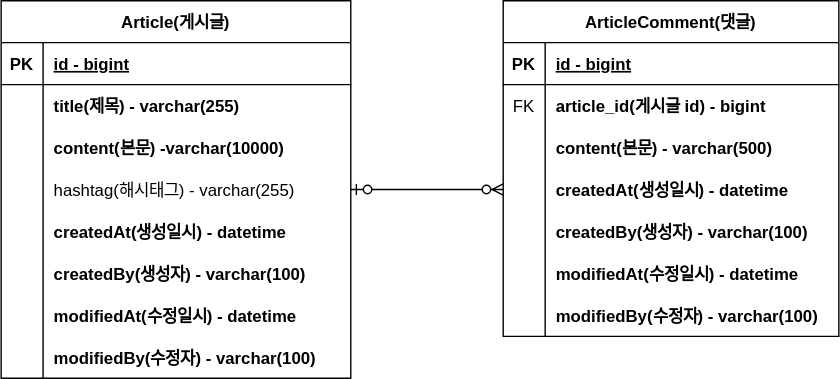
astrataraxia/fastcampus-project-board keeps this draw.io diagram as document/project-board-erd.svg. Above is the earlier version. Source tidied: cells renumbered, new cells last; positions are measured from the earlier drawing's top-left corner, leaving out a move shared by most shapes.
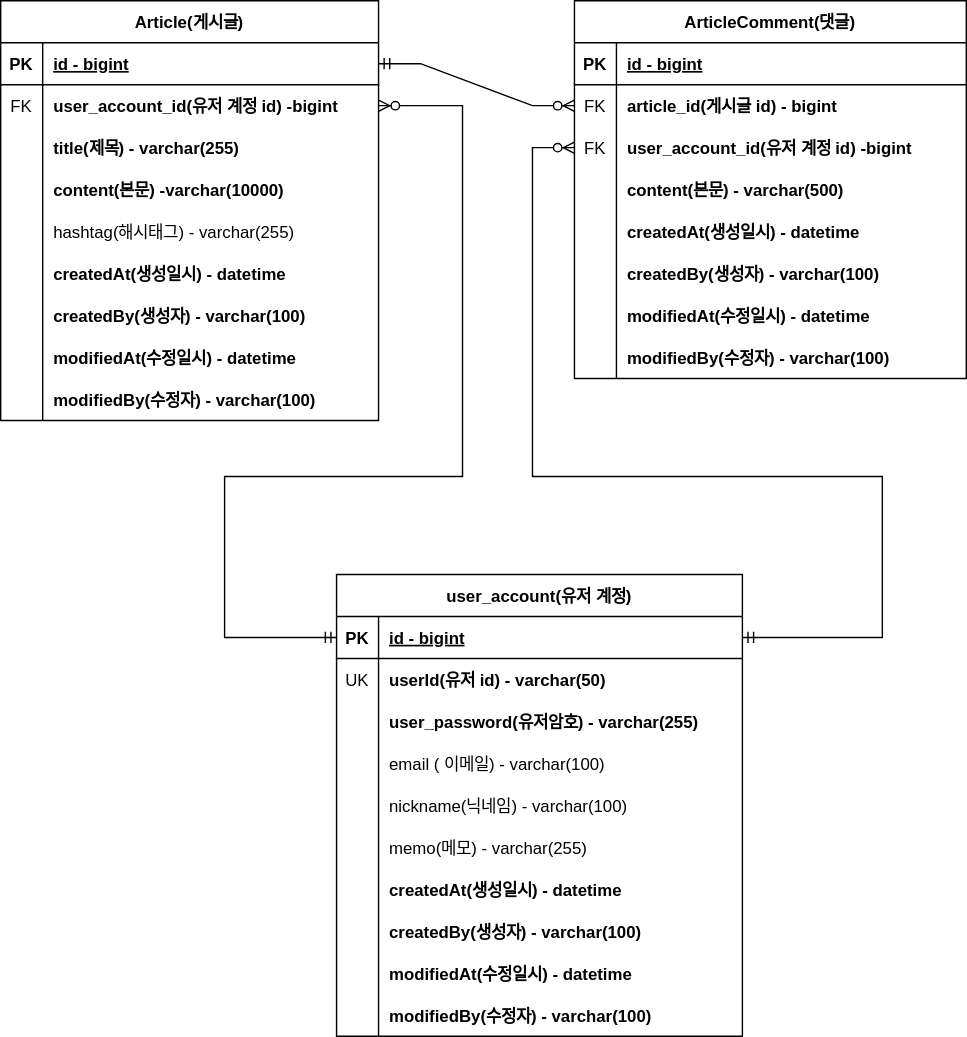
After the commit.

Commit message:
#17 user_account ERD 추가

The edit, as a diff of the source:
```diff
@@ -5,6 +5,6 @@
     <mxCell id="2" value="Article(게시글)" style="shape=table;startSize=30;rowLines=0;fontStyle=1;align=center;" parent="1" vertex="1">
-      <mxGeometry width="250" height="270" as="geometry" />
+      <mxGeometry x="-51" width="270" height="300" as="geometry" />
     </mxCell>
     <mxCell id="3" style="shape=partialRectangle;fillColor=none;points=[[0,0.5],[1,0.5]];portConstraint=eastwest;top=0;left=0;right=0;bottom=1;" parent="2" vertex="1">
-      <mxGeometry y="30" width="250" height="30" as="geometry" />
+      <mxGeometry y="30" width="270" height="30" as="geometry" />
     </mxCell>
@@ -14,15 +14,24 @@
     <mxCell id="5" value="id - bigint" style="shape=partialRectangle;overflow=hidden;fillColor=none;top=0;left=0;bottom=0;right=0;align=left;spacingLeft=6;fontStyle=5;" parent="3" vertex="1">
-      <mxGeometry x="30" width="220" height="30" as="geometry" />
+      <mxGeometry x="30" width="240" height="30" as="geometry" />
     </mxCell>
     <mxCell id="6" style="shape=partialRectangle;fillColor=none;points=[[0,0.5],[1,0.5]];portConstraint=eastwest;top=0;left=0;right=0;bottom=0;" parent="2" vertex="1">
-      <mxGeometry y="60" width="250" height="30" as="geometry" />
+      <mxGeometry y="60" width="270" height="30" as="geometry" />
     </mxCell>
-    <mxCell id="7" style="shape=partialRectangle;overflow=hidden;fillColor=none;top=0;left=0;bottom=0;right=0;" parent="6" vertex="1">
+    <mxCell id="7" value="FK" style="shape=partialRectangle;overflow=hidden;fillColor=none;top=0;left=0;bottom=0;right=0;" parent="6" vertex="1">
       <mxGeometry width="30" height="30" as="geometry" />
     </mxCell>
-    <mxCell id="8" value="title(제목) - varchar(255)" style="shape=partialRectangle;overflow=hidden;fillColor=none;top=0;left=0;bottom=0;right=0;align=left;spacingLeft=6;fontStyle=1;" parent="6" vertex="1">
-      <mxGeometry x="30" width="220" height="30" as="geometry" />
+    <mxCell id="8" value="user_account_id(유저 계정 id) -bigint" style="shape=partialRectangle;overflow=hidden;fillColor=none;top=0;left=0;bottom=0;right=0;align=left;spacingLeft=6;fontStyle=1;" parent="6" vertex="1">
+      <mxGeometry x="30" width="240" height="30" as="geometry" />
     </mxCell>
+    <mxCell id="50" style="shape=partialRectangle;fillColor=none;top=0;left=0;right=0;bottom=0;" parent="2" vertex="1">
+      <mxGeometry y="90" width="270" height="30" as="geometry" />
+    </mxCell>
+    <mxCell id="51" style="shape=partialRectangle;overflow=hidden;fillColor=none;top=0;left=0;bottom=0;right=0;" parent="50" vertex="1">
+      <mxGeometry width="30" height="30" as="geometry" />
+    </mxCell>
+    <mxCell id="52" value="title(제목) - varchar(255)" style="shape=partialRectangle;overflow=hidden;fillColor=none;top=0;left=0;bottom=0;right=0;align=left;spacingLeft=6;fontStyle=1;" parent="50" vertex="1">
+      <mxGeometry x="30" width="240" height="30" as="geometry" />
+    </mxCell>
     <mxCell id="9" style="shape=partialRectangle;fillColor=none;top=0;left=0;right=0;bottom=0;" parent="2" vertex="1">
-      <mxGeometry y="90" width="250" height="30" as="geometry" />
+      <mxGeometry y="120" width="270" height="30" as="geometry" />
     </mxCell>
@@ -32,6 +41,6 @@
     <mxCell id="11" value="content(본문) -varchar(10000)" style="shape=partialRectangle;overflow=hidden;fillColor=none;top=0;left=0;bottom=0;right=0;align=left;spacingLeft=6;fontStyle=1;" parent="9" vertex="1">
-      <mxGeometry x="30" width="220" height="30" as="geometry" />
+      <mxGeometry x="30" width="240" height="30" as="geometry" />
     </mxCell>
     <mxCell id="12" style="shape=partialRectangle;fillColor=none;points=[[0,0.5],[1,0.5]];portConstraint=eastwest;top=0;left=0;right=0;bottom=0;" parent="2" vertex="1">
-      <mxGeometry y="120" width="250" height="30" as="geometry" />
+      <mxGeometry y="150" width="270" height="30" as="geometry" />
     </mxCell>
@@ -41,6 +50,6 @@
     <mxCell id="14" value="hashtag(해시태그) - varchar(255)" style="shape=partialRectangle;overflow=hidden;fillColor=none;top=0;left=0;bottom=0;right=0;align=left;spacingLeft=6;" parent="12" vertex="1">
-      <mxGeometry x="30" width="220" height="30" as="geometry" />
+      <mxGeometry x="30" width="240" height="30" as="geometry" />
     </mxCell>
     <mxCell id="15" style="shape=partialRectangle;fillColor=none;top=0;left=0;right=0;bottom=0;" parent="2" vertex="1">
-      <mxGeometry y="150" width="250" height="30" as="geometry" />
+      <mxGeometry y="180" width="270" height="30" as="geometry" />
     </mxCell>
@@ -50,6 +59,6 @@
     <mxCell id="17" value="createdAt(생성일시) - datetime" style="shape=partialRectangle;overflow=hidden;fillColor=none;top=0;left=0;bottom=0;right=0;align=left;spacingLeft=6;fontStyle=1;" parent="15" vertex="1">
-      <mxGeometry x="30" width="220" height="30" as="geometry" />
+      <mxGeometry x="30" width="240" height="30" as="geometry" />
     </mxCell>
     <mxCell id="18" style="shape=partialRectangle;fillColor=none;top=0;left=0;right=0;bottom=0;" parent="2" vertex="1">
-      <mxGeometry y="180" width="250" height="30" as="geometry" />
+      <mxGeometry y="210" width="270" height="30" as="geometry" />
     </mxCell>
@@ -59,6 +68,6 @@
     <mxCell id="20" value="createdBy(생성자) - varchar(100)" style="shape=partialRectangle;overflow=hidden;fillColor=none;top=0;left=0;bottom=0;right=0;align=left;spacingLeft=6;fontStyle=1;" parent="18" vertex="1">
-      <mxGeometry x="30" width="220" height="30" as="geometry" />
+      <mxGeometry x="30" width="240" height="30" as="geometry" />
     </mxCell>
     <mxCell id="21" style="shape=partialRectangle;fillColor=none;top=0;left=0;right=0;bottom=0;" parent="2" vertex="1">
-      <mxGeometry y="210" width="250" height="30" as="geometry" />
+      <mxGeometry y="240" width="270" height="30" as="geometry" />
     </mxCell>
@@ -68,6 +77,6 @@
     <mxCell id="23" value="modifiedAt(수정일시) - datetime" style="shape=partialRectangle;overflow=hidden;fillColor=none;top=0;left=0;bottom=0;right=0;align=left;spacingLeft=6;fontStyle=1;" parent="21" vertex="1">
-      <mxGeometry x="30" width="220" height="30" as="geometry" />
+      <mxGeometry x="30" width="240" height="30" as="geometry" />
     </mxCell>
     <mxCell id="24" style="shape=partialRectangle;fillColor=none;top=0;left=0;right=0;bottom=0;" parent="2" vertex="1">
-      <mxGeometry y="240" width="250" height="30" as="geometry" />
+      <mxGeometry y="270" width="270" height="30" as="geometry" />
     </mxCell>
@@ -77,9 +86,9 @@
     <mxCell id="26" value="modifiedBy(수정자) - varchar(100)" style="shape=partialRectangle;overflow=hidden;fillColor=none;top=0;left=0;bottom=0;right=0;align=left;spacingLeft=6;fontStyle=1;" parent="24" vertex="1">
-      <mxGeometry x="30" width="220" height="30" as="geometry" />
+      <mxGeometry x="30" width="240" height="30" as="geometry" />
     </mxCell>
     <mxCell id="27" value="ArticleComment(댓글)" style="shape=table;startSize=30;rowLines=0;fontStyle=1;align=center;" parent="1" vertex="1">
-      <mxGeometry x="359" width="240" height="240" as="geometry" />
+      <mxGeometry x="359" width="280" height="270" as="geometry" />
     </mxCell>
     <mxCell id="28" style="shape=partialRectangle;fillColor=none;top=0;left=0;right=0;bottom=1;" parent="27" vertex="1">
-      <mxGeometry y="30" width="240" height="30" as="geometry" />
+      <mxGeometry y="30" width="280" height="30" as="geometry" />
     </mxCell>
@@ -89,6 +98,6 @@
     <mxCell id="30" value="id - bigint" style="shape=partialRectangle;overflow=hidden;fillColor=none;top=0;left=0;bottom=0;right=0;align=left;spacingLeft=6;fontStyle=5;" parent="28" vertex="1">
-      <mxGeometry x="30" width="210" height="30" as="geometry" />
+      <mxGeometry x="30" width="250" height="30" as="geometry" />
     </mxCell>
     <mxCell id="31" style="shape=partialRectangle;fillColor=none;points=[[0,0.5],[1,0.5]];portConstraint=eastwest;top=0;left=0;right=0;bottom=0;" parent="27" vertex="1">
-      <mxGeometry y="60" width="240" height="30" as="geometry" />
+      <mxGeometry y="60" width="280" height="30" as="geometry" />
     </mxCell>
@@ -98,6 +107,15 @@
     <mxCell id="33" value="article_id(게시글 id) - bigint" style="shape=partialRectangle;overflow=hidden;fillColor=none;top=0;left=0;bottom=0;right=0;align=left;spacingLeft=6;fontStyle=1;" parent="31" vertex="1">
-      <mxGeometry x="30" width="210" height="30" as="geometry" />
+      <mxGeometry x="30" width="250" height="30" as="geometry" />
     </mxCell>
+    <mxCell id="53" style="shape=partialRectangle;fillColor=none;points=[[0,0.5],[1,0.5]];portConstraint=eastwest;top=0;left=0;right=0;bottom=0;" parent="27" vertex="1">
+      <mxGeometry y="90" width="280" height="30" as="geometry" />
+    </mxCell>
+    <mxCell id="54" value="FK" style="shape=partialRectangle;overflow=hidden;fillColor=none;top=0;left=0;bottom=0;right=0;" parent="53" vertex="1">
+      <mxGeometry width="30" height="30" as="geometry" />
+    </mxCell>
+    <mxCell id="55" value="user_account_id(유저 계정 id) -bigint" style="shape=partialRectangle;overflow=hidden;fillColor=none;top=0;left=0;bottom=0;right=0;align=left;spacingLeft=6;fontStyle=1;" parent="53" vertex="1">
+      <mxGeometry x="30" width="250" height="30" as="geometry" />
+    </mxCell>
     <mxCell id="34" style="shape=partialRectangle;fillColor=none;top=0;left=0;right=0;bottom=0;" parent="27" vertex="1">
-      <mxGeometry y="90" width="240" height="30" as="geometry" />
+      <mxGeometry y="120" width="280" height="30" as="geometry" />
     </mxCell>
@@ -107,6 +125,6 @@
     <mxCell id="36" value="content(본문) - varchar(500)" style="shape=partialRectangle;overflow=hidden;fillColor=none;top=0;left=0;bottom=0;right=0;align=left;spacingLeft=6;fontStyle=1;" parent="34" vertex="1">
-      <mxGeometry x="30" width="210" height="30" as="geometry" />
+      <mxGeometry x="30" width="250" height="30" as="geometry" />
     </mxCell>
     <mxCell id="37" style="shape=partialRectangle;fillColor=none;points=[[0,0.5],[1,0.5]];portConstraint=eastwest;top=0;left=0;right=0;bottom=0;" parent="27" vertex="1">
-      <mxGeometry y="120" width="240" height="30" as="geometry" />
+      <mxGeometry y="150" width="280" height="30" as="geometry" />
     </mxCell>
@@ -116,6 +134,6 @@
     <mxCell id="39" value="createdAt(생성일시) - datetime" style="shape=partialRectangle;overflow=hidden;fillColor=none;top=0;left=0;bottom=0;right=0;align=left;spacingLeft=6;fontStyle=1;" parent="37" vertex="1">
-      <mxGeometry x="30" width="210" height="30" as="geometry" />
+      <mxGeometry x="30" width="250" height="30" as="geometry" />
     </mxCell>
     <mxCell id="40" style="shape=partialRectangle;fillColor=none;top=0;left=0;right=0;bottom=0;" parent="27" vertex="1">
-      <mxGeometry y="150" width="240" height="30" as="geometry" />
+      <mxGeometry y="180" width="280" height="30" as="geometry" />
     </mxCell>
@@ -125,6 +143,6 @@
     <mxCell id="42" value="createdBy(생성자) - varchar(100)" style="shape=partialRectangle;overflow=hidden;fillColor=none;top=0;left=0;bottom=0;right=0;align=left;spacingLeft=6;fontStyle=1;" parent="40" vertex="1">
-      <mxGeometry x="30" width="210" height="30" as="geometry" />
+      <mxGeometry x="30" width="250" height="30" as="geometry" />
     </mxCell>
     <mxCell id="43" style="shape=partialRectangle;fillColor=none;top=0;left=0;right=0;bottom=0;" parent="27" vertex="1">
-      <mxGeometry y="180" width="240" height="30" as="geometry" />
+      <mxGeometry y="210" width="280" height="30" as="geometry" />
     </mxCell>
@@ -134,6 +152,6 @@
     <mxCell id="45" value="modifiedAt(수정일시) - datetime" style="shape=partialRectangle;overflow=hidden;fillColor=none;top=0;left=0;bottom=0;right=0;align=left;spacingLeft=6;fontStyle=1;" parent="43" vertex="1">
-      <mxGeometry x="30" width="210" height="30" as="geometry" />
+      <mxGeometry x="30" width="250" height="30" as="geometry" />
     </mxCell>
     <mxCell id="46" style="shape=partialRectangle;fillColor=none;top=0;left=0;right=0;bottom=0;" parent="27" vertex="1">
-      <mxGeometry y="210" width="240" height="30" as="geometry" />
+      <mxGeometry y="240" width="280" height="30" as="geometry" />
     </mxCell>
@@ -143,7 +161,120 @@
     <mxCell id="48" value="modifiedBy(수정자) - varchar(100)" style="shape=partialRectangle;overflow=hidden;fillColor=none;top=0;left=0;bottom=0;right=0;align=left;spacingLeft=6;fontStyle=1;" parent="46" vertex="1">
-      <mxGeometry x="30" width="210" height="30" as="geometry" />
+      <mxGeometry x="30" width="250" height="30" as="geometry" />
     </mxCell>
-    <mxCell id="49" style="edgeStyle=entityRelationEdgeStyle;fontSize=12;html=1;endArrow=ERzeroToMany;startArrow=ERzeroToOne;rounded=0;exitX=1;exitY=0.5;exitDx=0;exitDy=0;entryX=0;entryY=0.5;entryDx=0;entryDy=0;" parent="1" edge="1" source="12" target="37">
-      <mxGeometry relative="1" as="geometry" />
-    </mxCell>
+    <mxCell id="56" style="edgeStyle=entityRelationEdgeStyle;fontSize=12;html=1;endArrow=ERzeroToMany;startArrow=ERmandOne;rounded=0;entryX=0;entryY=0.5;entryDx=0;entryDy=0;" parent="1" edge="1" source="3" target="31">
+      <mxGeometry relative="1" as="geometry" />
+    </mxCell>
+    <mxCell id="57" value="user_account(유저 계정)" style="shape=table;startSize=30;rowLines=0;fontStyle=1;align=center;" parent="1" vertex="1">
+      <mxGeometry x="189" y="410" width="290" height="330" as="geometry" />
+    </mxCell>
+    <mxCell id="58" style="shape=tableRow;horizontal=0;startSize=0;swimlaneHead=0;swimlaneBody=0;fillColor=none;points=[[0,0.5],[1,0.5]];portConstraint=eastwest;top=0;left=0;right=0;bottom=1;" parent="57" vertex="1">
+      <mxGeometry y="30" width="290" height="30" as="geometry" />
+    </mxCell>
+    <mxCell id="59" value="PK" style="shape=partialRectangle;fillColor=none;top=0;left=0;bottom=0;right=0;fontStyle=1;overflow=hidden;" parent="58" vertex="1">
+      <mxGeometry width="30" height="30" as="geometry" />
+    </mxCell>
+    <mxCell id="60" value="id - bigint" style="shape=partialRectangle;fillColor=none;top=0;left=0;bottom=0;right=0;align=left;spacingLeft=6;fontStyle=5;overflow=hidden;" parent="58" vertex="1">
+      <mxGeometry x="30" width="260" height="30" as="geometry" />
+    </mxCell>
+    <mxCell id="61" style="shape=tableRow;horizontal=0;startSize=0;swimlaneHead=0;swimlaneBody=0;fillColor=none;top=0;left=0;right=0;bottom=0;" parent="57" vertex="1">
+      <mxGeometry y="60" width="290" height="30" as="geometry" />
+    </mxCell>
+    <mxCell id="62" value="UK" style="shape=partialRectangle;fillColor=none;top=0;left=0;bottom=0;right=0;overflow=hidden;" parent="61" vertex="1">
+      <mxGeometry width="30" height="30" as="geometry" />
+    </mxCell>
+    <mxCell id="63" value="userId(유저 id) - varchar(50)" style="shape=partialRectangle;fillColor=none;top=0;left=0;bottom=0;right=0;align=left;spacingLeft=6;overflow=hidden;fontStyle=1;" parent="61" vertex="1">
+      <mxGeometry x="30" width="260" height="30" as="geometry" />
+    </mxCell>
+    <mxCell id="64" style="shape=tableRow;horizontal=0;startSize=0;swimlaneHead=0;swimlaneBody=0;fillColor=none;top=0;left=0;right=0;bottom=0;" parent="57" vertex="1">
+      <mxGeometry y="90" width="290" height="30" as="geometry" />
+    </mxCell>
+    <mxCell id="65" style="shape=partialRectangle;fillColor=none;top=0;left=0;bottom=0;right=0;overflow=hidden;" parent="64" vertex="1">
+      <mxGeometry width="30" height="30" as="geometry" />
+    </mxCell>
+    <mxCell id="66" value="user_password(유저암호) - varchar(255)" style="shape=partialRectangle;fillColor=none;top=0;left=0;bottom=0;right=0;align=left;spacingLeft=6;overflow=hidden;fontStyle=1;" parent="64" vertex="1">
+      <mxGeometry x="30" width="260" height="30" as="geometry" />
+    </mxCell>
+    <mxCell id="67" style="shape=tableRow;horizontal=0;startSize=0;swimlaneHead=0;swimlaneBody=0;fillColor=none;top=0;left=0;right=0;bottom=0;" parent="57" vertex="1">
+      <mxGeometry y="120" width="290" height="30" as="geometry" />
+    </mxCell>
+    <mxCell id="68" style="shape=partialRectangle;fillColor=none;top=0;left=0;bottom=0;right=0;overflow=hidden;" parent="67" vertex="1">
+      <mxGeometry width="30" height="30" as="geometry" />
+    </mxCell>
+    <mxCell id="69" value="email ( 이메일) - varchar(100)" style="shape=partialRectangle;fillColor=none;top=0;left=0;bottom=0;right=0;align=left;spacingLeft=6;overflow=hidden;" parent="67" vertex="1">
+      <mxGeometry x="30" width="260" height="30" as="geometry" />
+    </mxCell>
+    <mxCell id="70" style="shape=tableRow;horizontal=0;startSize=0;swimlaneHead=0;swimlaneBody=0;fillColor=none;top=0;left=0;right=0;bottom=0;" parent="57" vertex="1">
+      <mxGeometry y="150" width="290" height="30" as="geometry" />
+    </mxCell>
+    <mxCell id="71" style="shape=partialRectangle;fillColor=none;top=0;left=0;bottom=0;right=0;overflow=hidden;" parent="70" vertex="1">
+      <mxGeometry width="30" height="30" as="geometry" />
+    </mxCell>
+    <mxCell id="72" value="nickname(닉네임) - varchar(100)" style="shape=partialRectangle;fillColor=none;top=0;left=0;bottom=0;right=0;align=left;spacingLeft=6;overflow=hidden;" parent="70" vertex="1">
+      <mxGeometry x="30" width="260" height="30" as="geometry" />
+    </mxCell>
+    <mxCell id="73" style="shape=tableRow;horizontal=0;startSize=0;swimlaneHead=0;swimlaneBody=0;fillColor=none;top=0;left=0;right=0;bottom=0;" parent="57" vertex="1">
+      <mxGeometry y="180" width="290" height="30" as="geometry" />
+    </mxCell>
+    <mxCell id="74" style="shape=partialRectangle;fillColor=none;top=0;left=0;bottom=0;right=0;overflow=hidden;" parent="73" vertex="1">
+      <mxGeometry width="30" height="30" as="geometry" />
+    </mxCell>
+    <mxCell id="75" value="memo(메모) - varchar(255)" style="shape=partialRectangle;fillColor=none;top=0;left=0;bottom=0;right=0;align=left;spacingLeft=6;overflow=hidden;" parent="73" vertex="1">
+      <mxGeometry x="30" width="260" height="30" as="geometry" />
+    </mxCell>
+    <mxCell id="76" style="shape=tableRow;horizontal=0;startSize=0;swimlaneHead=0;swimlaneBody=0;fillColor=none;top=0;left=0;right=0;bottom=0;" parent="57" vertex="1">
+      <mxGeometry y="210" width="290" height="30" as="geometry" />
+    </mxCell>
+    <mxCell id="77" style="shape=partialRectangle;fillColor=none;top=0;left=0;bottom=0;right=0;overflow=hidden;" parent="76" vertex="1">
+      <mxGeometry width="30" height="30" as="geometry" />
+    </mxCell>
+    <mxCell id="78" value="createdAt(생성일시) - datetime" style="shape=partialRectangle;fillColor=none;top=0;left=0;bottom=0;right=0;align=left;spacingLeft=6;overflow=hidden;fontStyle=1;" parent="76" vertex="1">
+      <mxGeometry x="30" width="260" height="30" as="geometry" />
+    </mxCell>
+    <mxCell id="79" style="shape=tableRow;horizontal=0;startSize=0;swimlaneHead=0;swimlaneBody=0;fillColor=none;top=0;left=0;right=0;bottom=0;" parent="57" vertex="1">
+      <mxGeometry y="240" width="290" height="30" as="geometry" />
+    </mxCell>
+    <mxCell id="80" style="shape=partialRectangle;fillColor=none;top=0;left=0;bottom=0;right=0;overflow=hidden;" parent="79" vertex="1">
+      <mxGeometry width="30" height="30" as="geometry" />
+    </mxCell>
+    <mxCell id="81" value="createdBy(생성자) - varchar(100)" style="shape=partialRectangle;fillColor=none;top=0;left=0;bottom=0;right=0;align=left;spacingLeft=6;overflow=hidden;fontStyle=1;" parent="79" vertex="1">
+      <mxGeometry x="30" width="260" height="30" as="geometry" />
+    </mxCell>
+    <mxCell id="82" style="shape=tableRow;horizontal=0;startSize=0;swimlaneHead=0;swimlaneBody=0;fillColor=none;top=0;left=0;right=0;bottom=0;" parent="57" vertex="1">
+      <mxGeometry y="270" width="290" height="30" as="geometry" />
+    </mxCell>
+    <mxCell id="83" style="shape=partialRectangle;fillColor=none;top=0;left=0;bottom=0;right=0;overflow=hidden;" parent="82" vertex="1">
+      <mxGeometry width="30" height="30" as="geometry" />
+    </mxCell>
+    <mxCell id="84" value="modifiedAt(수정일시) - datetime" style="shape=partialRectangle;fillColor=none;top=0;left=0;bottom=0;right=0;align=left;spacingLeft=6;overflow=hidden;fontStyle=1;" parent="82" vertex="1">
+      <mxGeometry x="30" width="260" height="30" as="geometry" />
+    </mxCell>
+    <mxCell id="85" style="shape=tableRow;horizontal=0;startSize=0;swimlaneHead=0;swimlaneBody=0;fillColor=none;top=0;left=0;right=0;bottom=0;" parent="57" vertex="1">
+      <mxGeometry y="300" width="290" height="30" as="geometry" />
+    </mxCell>
+    <mxCell id="86" style="shape=partialRectangle;fillColor=none;top=0;left=0;bottom=0;right=0;overflow=hidden;" parent="85" vertex="1">
+      <mxGeometry width="30" height="30" as="geometry" />
+    </mxCell>
+    <mxCell id="87" value="modifiedBy(수정자) - varchar(100)" style="shape=partialRectangle;fillColor=none;top=0;left=0;bottom=0;right=0;align=left;spacingLeft=6;overflow=hidden;fontStyle=1;" parent="85" vertex="1">
+      <mxGeometry x="30" width="260" height="30" as="geometry" />
+    </mxCell>
+    <mxCell id="88" style="edgeStyle=orthogonalEdgeStyle;fontSize=12;html=1;endArrow=ERzeroToMany;startArrow=ERmandOne;rounded=0;entryX=1;entryY=0.5;entryDx=0;entryDy=0;exitX=0;exitY=0.5;exitDx=0;exitDy=0;elbow=vertical;" parent="1" edge="1" source="58" target="6">
+      <mxGeometry relative="1" as="geometry">
+        <Array as="points">
+          <mxPoint x="109" y="455" />
+          <mxPoint x="109" y="340" />
+          <mxPoint x="279" y="340" />
+          <mxPoint x="279" y="75" />
+        </Array>
+      </mxGeometry>
+    </mxCell>
+    <mxCell id="89" style="edgeStyle=orthogonalEdgeStyle;fontSize=12;html=1;endArrow=ERzeroToMany;startArrow=ERmandOne;rounded=0;entryX=0;entryY=0.5;entryDx=0;entryDy=0;exitX=1;exitY=0.5;exitDx=0;exitDy=0;elbow=vertical;" parent="1" edge="1" source="58" target="53">
+      <mxGeometry relative="1" as="geometry">
+        <Array as="points">
+          <mxPoint x="579" y="455" />
+          <mxPoint x="579" y="340" />
+          <mxPoint x="329" y="340" />
+          <mxPoint x="329" y="105" />
+        </Array>
+      </mxGeometry>
+    </mxCell>
   </root>
```
